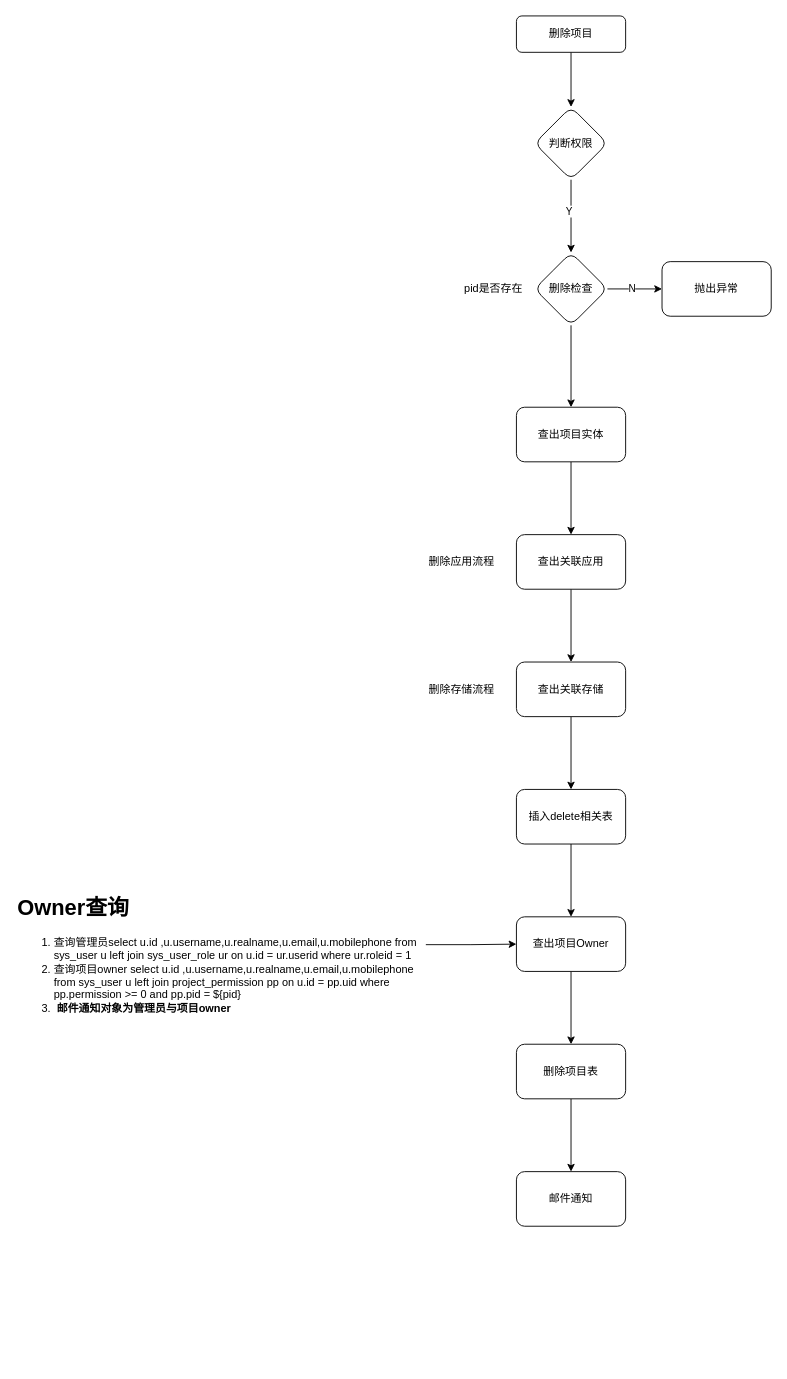
This is Earth-delete-project.drawio from zhouziqian/draw, a draw.io file, before an edit. Source tidied: cells renumbered, new cells numbered last; positions are measured from the earlier drawing's top-left corner, leaving out a move shared by most shapes. Both pictures are drawn from the tidied source at 91%, with x=0, y=0 at pixel (15, 15).
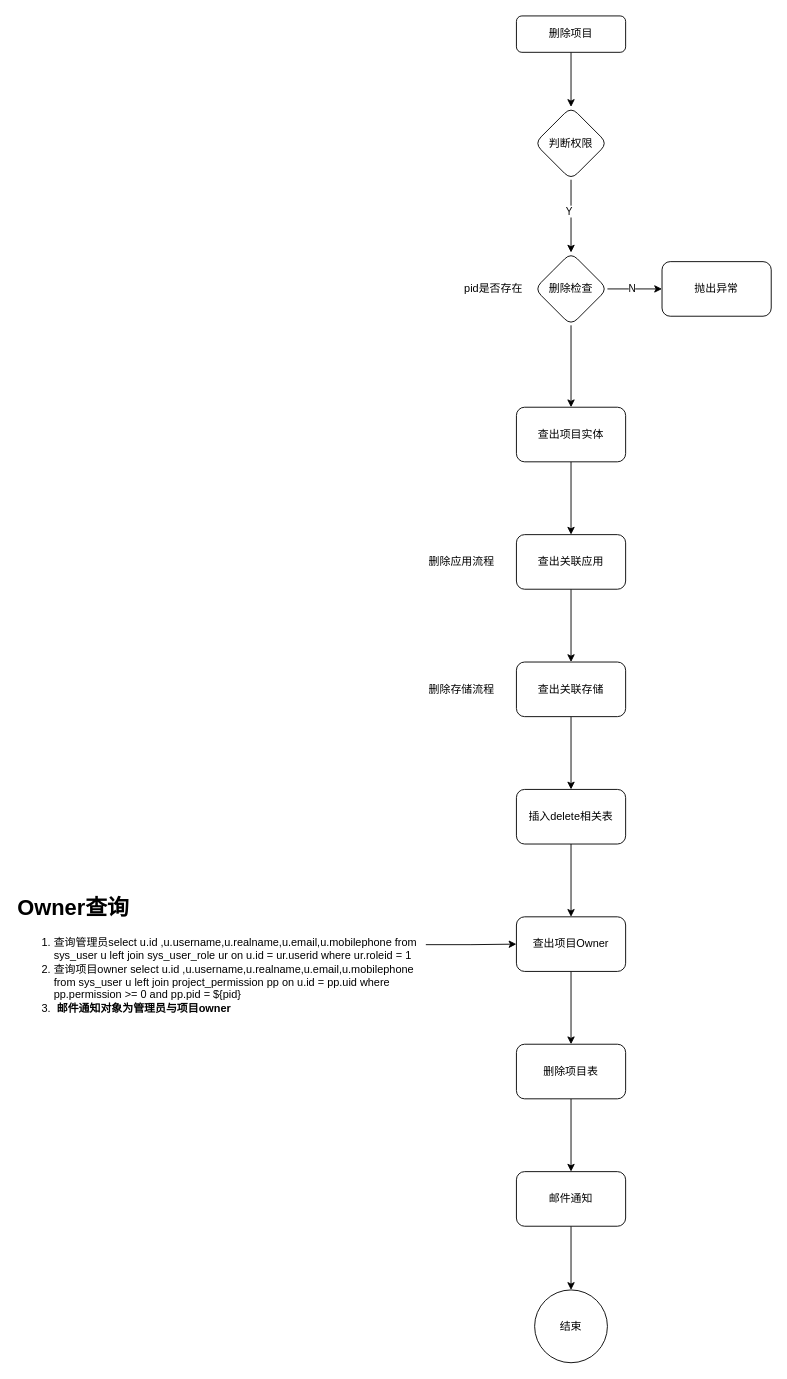
The same diagram, later.

The change refers to these unchanged cells:
```xml
<mxCell id="27" value="邮件通知" style="whiteSpace=wrap;html=1;rounded=1;glass=0;strokeWidth=1;shadow=0;" parent="1" vertex="1">
  <mxGeometry x="550" y="1270" width="120" height="60" as="geometry" />
</mxCell>
```

The edit, as a diff of the source:
```diff
@@
+    <mxCell id="30" style="edgeStyle=orthogonalEdgeStyle;rounded=0;jettySize=auto;html=1;" parent="1" edge="1" source="27" target="31">
+      <mxGeometry relative="1" as="geometry" />
+    </mxCell>
@@
+    <mxCell id="31" value="结束" style="ellipse;whiteSpace=wrap;html=1;rounded=1;glass=0;strokeWidth=1;shadow=0;" parent="1" vertex="1">
+      <mxGeometry x="570" y="1400" width="80" height="80" as="geometry" />
+    </mxCell>
```
